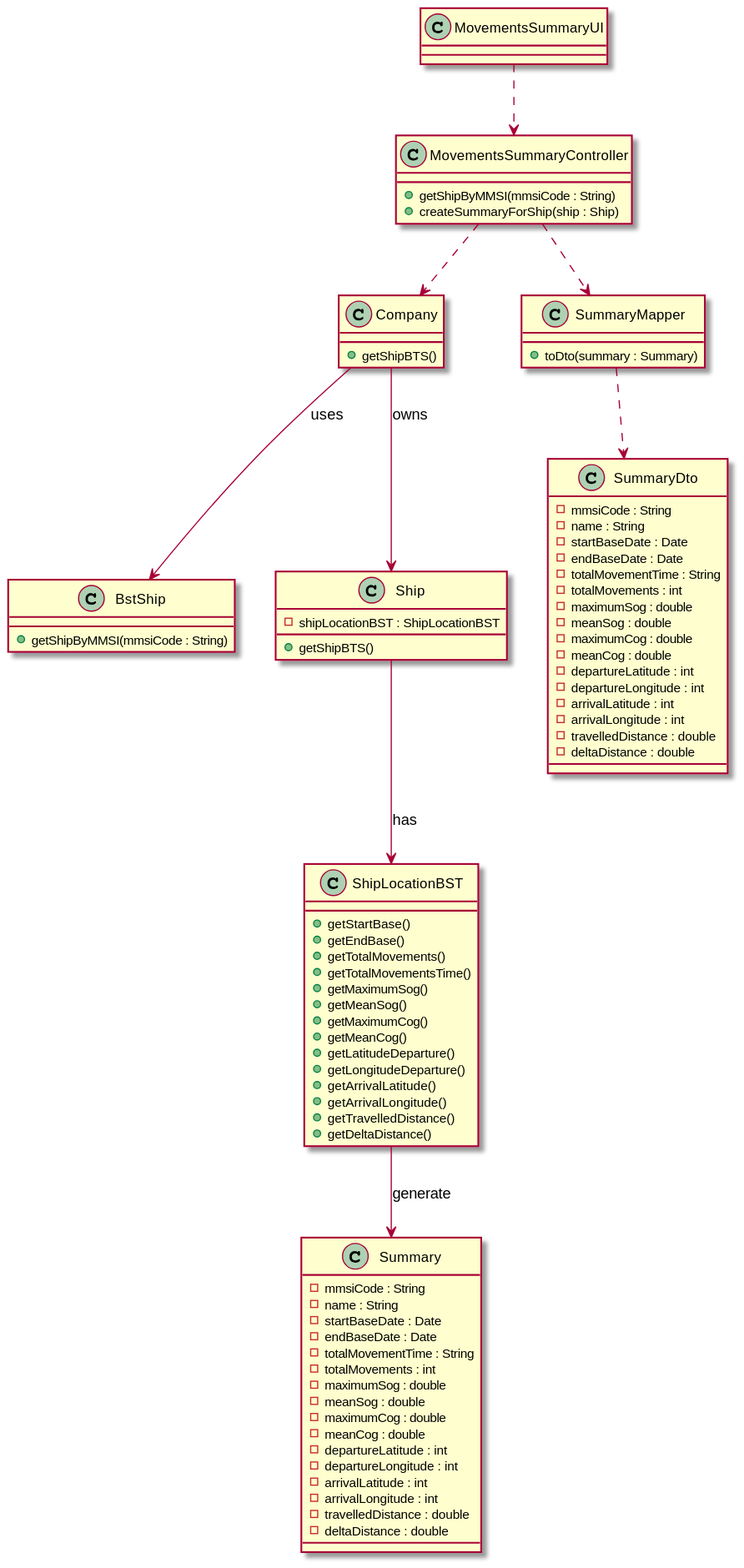
This is docs/US104/US104_CD.svg from 0franciscor/lapr3-2021-g042, a PlantUML export, as it was before one commit.
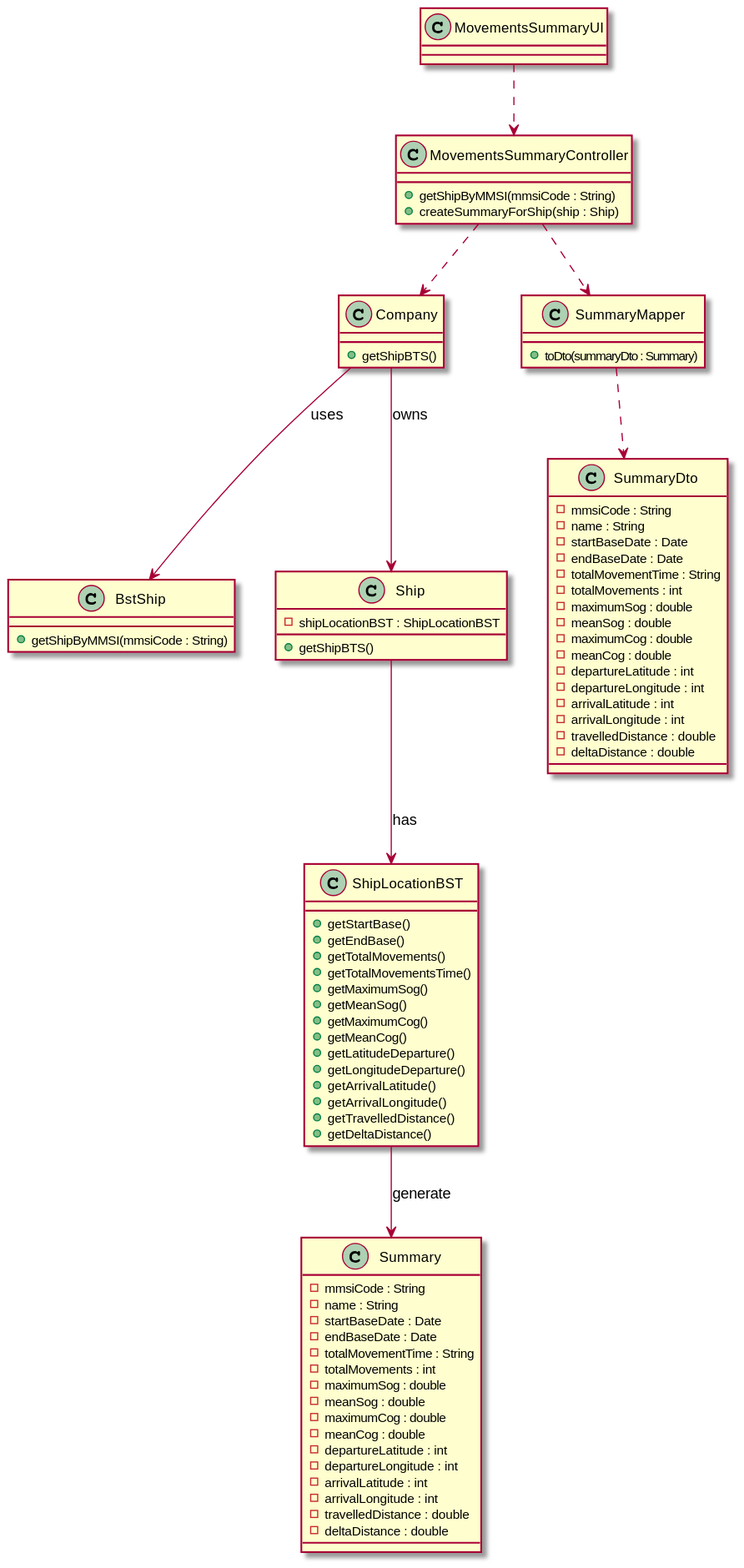
After the change.

What changed in the source:
```diff
@@ -18,7 +18,7 @@
 + getShipBTS()
 }
 class SummaryMapper{
-+ toDto(summary : Summary)
++ toDto(summaryDto : Summary)
 }
 class Summary{
 - mmsiCode : String
```
